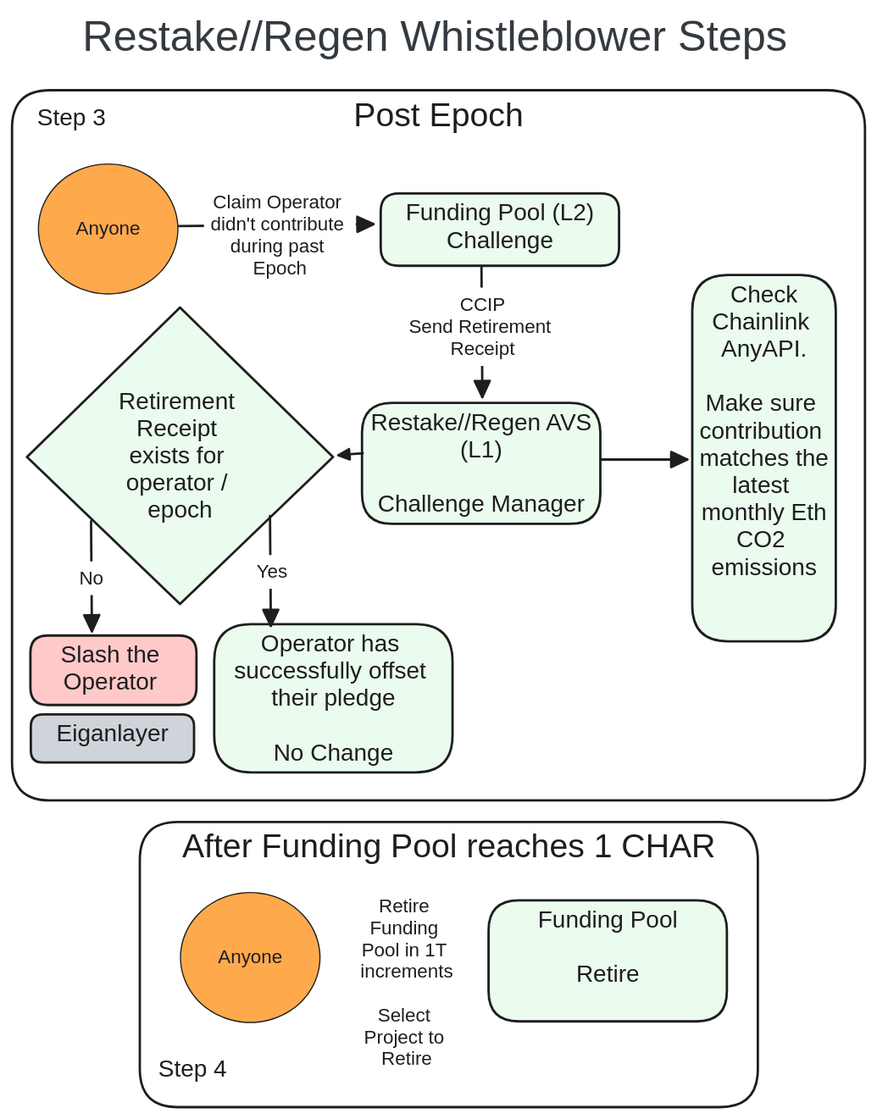
The Excalidraw diagram assets/figures/whistleblower_flow_diagram.excalidraw.svg in willemolding/Restake-Regen, before a commit. Source tidied: one line per element, renumbered; positions are measured from the earlier drawing's top-left corner, leaving out a move shared by most shapes.
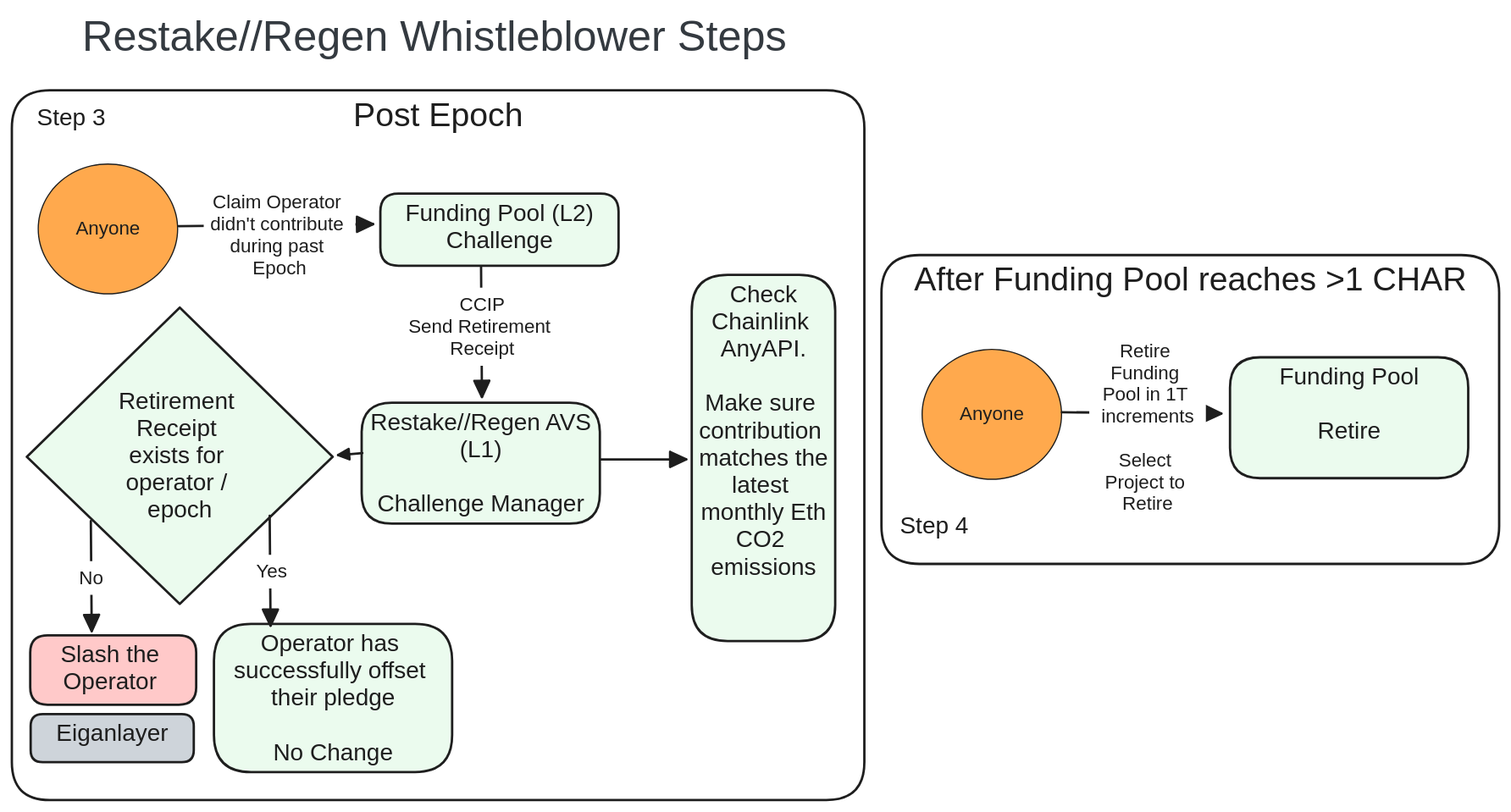
After the change.

Diff of the diagram source:
```diff
@@ -19,16 +19,14 @@
 {"id": 18, "type": "text", "text": "Eiganlayer", "strokeColor": "#1e1e1e", "strokeWidth": 2, "roughness": 0, "fontSize": 20, "fontFamily": 2, "textAlign": "center", "inside": 17, "x": 37, "y": 597, "width": 95, "height": 23}
 {"id": 19, "type": "rectangle", "strokeColor": "#1e1e1e", "backgroundColor": "#ebfbee", "fillStyle": "solid", "strokeWidth": 2, "roughness": 0, "round": true, "x": 170, "y": 516, "width": 201, "height": 125}
 {"id": 20, "type": "text", "text": "Operator has \nsuccessfully offset \ntheir pledge\n\nNo Change", "strokeColor": "#1e1e1e", "strokeWidth": 2, "roughness": 0, "fontSize": 20, "fontFamily": 2, "textAlign": "center", "inside": 19, "x": 187, "y": 521, "width": 167, "height": 115}
-{"id": 21, "type": "rectangle", "strokeColor": "#1e1e1e", "strokeWidth": 2, "roughness": 0, "round": true, "x": 108, "y": 683, "width": 521, "height": 240}
+{"id": 21, "type": "rectangle", "strokeColor": "#1e1e1e", "strokeWidth": 2, "roughness": 0, "round": true, "x": 733, "y": 205, "width": 521, "height": 261}
-{"id": 22, "type": "text", "text": "After Funding Pool reaches 1 CHAR", "strokeColor": "#1e1e1e", "strokeWidth": 2, "roughness": 0, "fontSize": 28, "fontFamily": 2, "textAlign": "center", "inside": 21, "x": 143, "y": 688, "width": 450, "height": 32}
+{"id": 22, "type": "text", "text": "After Funding Pool reaches >1 CHAR", "strokeColor": "#1e1e1e", "strokeWidth": 2, "roughness": 0, "fontSize": 28, "fontFamily": 2, "textAlign": "center", "inside": 21, "x": 761, "y": 210, "width": 466, "height": 32}
-{"id": 23, "type": "ellipse", "strokeColor": "#1e1e1e", "backgroundColor": "#ffa94d", "fillStyle": "solid", "strokeWidth": 1, "roughness": 0, "x": 142, "y": 743, "width": 118, "height": 110}
+{"id": 23, "type": "ellipse", "strokeColor": "#1e1e1e", "backgroundColor": "#ffa94d", "fillStyle": "solid", "strokeWidth": 1, "roughness": 0, "x": 768, "y": 285, "width": 118, "height": 110}
-{"id": 24, "type": "text", "text": "Anyone", "strokeColor": "#1e1e1e", "strokeWidth": 1, "roughness": 0, "fontSize": 16, "fontFamily": 2, "textAlign": "center", "verticalAlign": "middle", "inside": 23, "x": 174, "y": 788, "width": 54, "height": 18}
+{"id": 24, "type": "text", "text": "Anyone", "strokeColor": "#1e1e1e", "strokeWidth": 1, "roughness": 0, "fontSize": 16, "fontFamily": 2, "textAlign": "center", "verticalAlign": "middle", "inside": 23, "x": 799, "y": 330, "width": 54, "height": 18}
-{"id": 25, "type": "rectangle", "strokeColor": "transparent", "backgroundColor": "#ffffff", "fillStyle": "solid", "strokeWidth": 1, "roughness": 0, "x": 284, "y": 740, "width": 98, "height": 158}
-{"id": 26, "type": "text", "text": "Retire \nFunding \nPool in 1T \nincrements\n\nSelect \nProject to \nRetire", "strokeColor": "#1e1e1e", "backgroundColor": "#ffffff", "fillStyle": "solid", "strokeWidth": 1, "roughness": 0, "fontSize": 16, "fontFamily": 2, "textAlign": "center", "verticalAlign": "middle", "inside": 25, "x": 294, "y": 745, "width": 78, "height": 147}
-{"id": 27, "type": "rectangle", "strokeColor": "#1e1e1e", "backgroundColor": "#ebfbee", "fillStyle": "solid", "strokeWidth": 2, "roughness": 0, "round": true, "x": 402, "y": 749, "width": 201, "height": 102}
+{"id": 27, "type": "rectangle", "strokeColor": "#1e1e1e", "backgroundColor": "#ebfbee", "fillStyle": "solid", "strokeWidth": 2, "roughness": 0, "round": true, "x": 1027, "y": 291, "width": 201, "height": 102}
-{"id": 28, "type": "text", "text": "Funding Pool\n\nRetire\n", "strokeColor": "#1e1e1e", "strokeWidth": 2, "roughness": 0, "fontSize": 20, "fontFamily": 2, "textAlign": "center", "inside": 27, "x": 443, "y": 754, "width": 118, "height": 92}
+{"id": 28, "type": "text", "text": "Funding Pool\n\nRetire\n", "strokeColor": "#1e1e1e", "strokeWidth": 2, "roughness": 0, "fontSize": 20, "fontFamily": 2, "textAlign": "center", "inside": 27, "x": 1069, "y": 296, "width": 118, "height": 92}
 {"id": 29, "type": "text", "text": "Step 3", "strokeColor": "#1e1e1e", "backgroundColor": "#ffc9c9", "fillStyle": "solid", "strokeWidth": 2, "roughness": 0, "fontSize": 20, "fontFamily": 2, "x": 21, "y": 78, "width": 58, "height": 23}
-{"id": 30, "type": "text", "text": "Step 4", "strokeColor": "#1e1e1e", "backgroundColor": "#ffc9c9", "fillStyle": "solid", "strokeWidth": 2, "roughness": 0, "fontSize": 20, "fontFamily": 2, "x": 123, "y": 880, "width": 58, "height": 23}
+{"id": 30, "type": "text", "text": "Step 4", "strokeColor": "#1e1e1e", "backgroundColor": "#ffc9c9", "fillStyle": "solid", "strokeWidth": 2, "roughness": 0, "fontSize": 20, "fontFamily": 2, "x": 749, "y": 422, "width": 58, "height": 23}
 {"id": 31, "type": "text", "text": "Restake//Regen Whistleblower Steps", "strokeColor": "#343a40", "backgroundColor": "#ced4da", "fillStyle": "solid", "strokeWidth": 1, "roughness": 0, "fontSize": 36, "fontFamily": 2, "textAlign": "center", "x": 59, "y": 0, "width": 594, "height": 41}
 {"id": 32, "type": "arrow", "strokeColor": "#1e1e1e", "strokeWidth": 2, "roughness": 0, "endArrowhead": "triangle", "round": true, "from": 13, "to": 15, "x": 67, "y": 430, "width": 1, "height": 93, "points": [[0, 0], [1, 93]]}
 {"id": 33, "type": "arrow", "strokeColor": "#1e1e1e", "strokeWidth": 2, "roughness": 0, "endArrowhead": "triangle", "round": true, "x": 217, "y": 425, "width": 1, "height": 93, "points": [[0, 0], [1, 93]]}
@@ -40,4 +38,7 @@
 {"id": 39, "type": "rectangle", "strokeColor": "transparent", "backgroundColor": "#ffffff", "fillStyle": "solid", "strokeWidth": 1, "roughness": 0, "x": 315, "y": 233, "width": 163, "height": 66}
 {"id": 40, "type": "text", "text": "CCIP\nSend Retirement \nReceipt", "strokeColor": "#1e1e1e", "backgroundColor": "#ffffff", "fillStyle": "solid", "strokeWidth": 1, "roughness": 0, "fontSize": 16, "fontFamily": 2, "textAlign": "center", "verticalAlign": "middle", "inside": 39, "x": 334, "y": 238, "width": 125, "height": 55}
 {"id": 41, "type": "arrow", "strokeColor": "#1e1e1e", "strokeWidth": 2, "roughness": 0, "endArrowhead": "triangle", "round": true, "from": 13, "to": 9, "x": 296, "y": 372, "width": 20, "height": 2, "points": [[0, 0], [-20, 2]]}
-{"id": 42, "type": "arrow", "strokeColor": "#1e1e1e", "strokeWidth": 2, "roughness": 0, "endArrowhead": "triangle", "round": true, "from": 9, "to": 11, "x": 497, "y": 378, "width": 73, "height": 0, "points": [[0, 0], [73, 0]]}
+{"id": 42, "type": "arrow", "strokeColor": "#1e1e1e", "strokeWidth": 2, "roughness": 0, "endArrowhead": "triangle", "round": true, "from": 9, "to": 11, "x": 496, "y": 378, "width": 73, "height": 0, "points": [[0, 0], [73, 0]]}
+{"id": 43, "type": "arrow", "strokeColor": "#1e1e1e", "strokeWidth": 2, "roughness": 0, "endArrowhead": "triangle", "round": true, "from": 25, "to": 27, "x": 886, "y": 338, "width": 134, "height": 1, "points": [[0, 0], [134, 1]]}
+{"id": 25, "type": "rectangle", "strokeColor": "transparent", "backgroundColor": "#ffffff", "fillStyle": "solid", "strokeWidth": 1, "roughness": 0, "x": 909, "y": 272, "width": 98, "height": 158}
+{"id": 26, "type": "text", "text": "Retire \nFunding \nPool in 1T \nincrements\n\nSelect \nProject to \nRetire", "strokeColor": "#1e1e1e", "backgroundColor": "#ffffff", "fillStyle": "solid", "strokeWidth": 1, "roughness": 0, "fontSize": 16, "fontFamily": 2, "textAlign": "center", "verticalAlign": "middle", "inside": 25, "x": 919, "y": 277, "width": 78, "height": 147}
```
